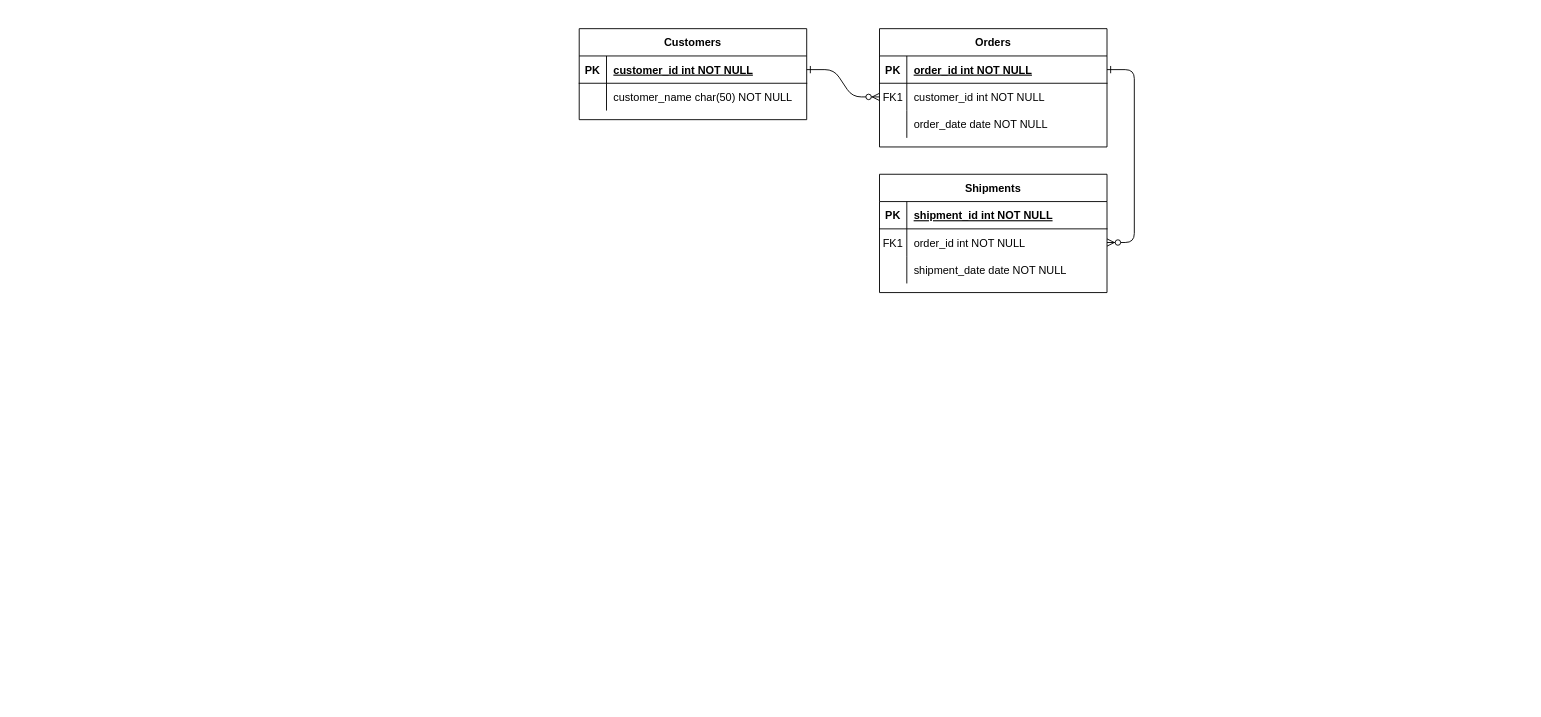
Earlier version of the draw.io diagram Assessment_1.drawio (ahmadanwar93/SET-Day-20). Source tidied: cells renumbered, new cells numbered last; positions are measured from the earlier drawing's top-left corner, leaving out a move shared by most shapes. Both pictures are drawn from the tidied source at 91%, with x=0, y=0 at pixel (579, 28).
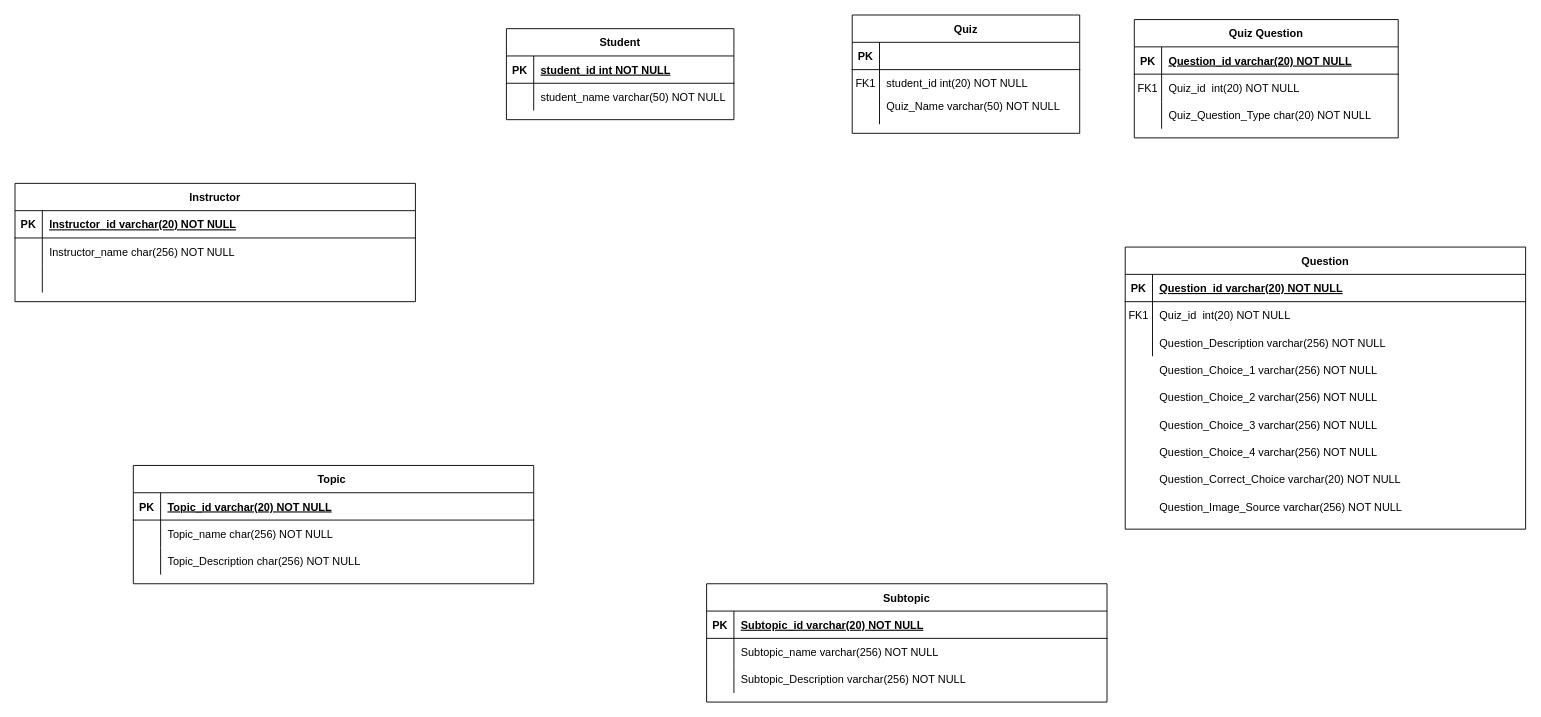
After the change.

Unchanged cells that the change refers to:
```xml
<mxCell id="5" style="shape=partialRectangle;fillColor=none;points=[[0,0.5],[1,0.5]];portConstraint=eastwest;top=0;left=0;right=0;bottom=1;" parent="4" vertex="1">
  <mxGeometry y="30" width="250" height="30" as="geometry" />
</mxCell>
<mxCell id="8" style="shape=partialRectangle;fillColor=none;points=[[0,0.5],[1,0.5]];portConstraint=eastwest;top=0;left=0;right=0;bottom=0;" parent="4" vertex="1">
  <mxGeometry y="60" width="250" height="30" as="geometry" />
</mxCell>
<mxCell id="11" style="shape=partialRectangle;fillColor=none;top=0;left=0;right=0;bottom=0;" parent="4" vertex="1">
  <mxGeometry y="90" width="250" height="30" as="geometry" />
</mxCell>
<mxCell id="25" style="shape=partialRectangle;fillColor=none;points=[[0,0.5],[1,0.5]];portConstraint=eastwest;top=0;left=0;right=0;bottom=1;" parent="24" vertex="1">
  <mxGeometry y="30" width="250" height="30" as="geometry" />
</mxCell>
<mxCell id="28" style="shape=partialRectangle;fillColor=none;top=0;left=0;right=0;bottom=0;" parent="24" vertex="1">
  <mxGeometry y="60" width="250" height="30" as="geometry" />
</mxCell>
```

The edit, as a diff of the source:
```diff
@@
-    <mxCell id="2" style="edgeStyle=entityRelationEdgeStyle;endArrow=ERzeroToMany;startArrow=ERone;endFill=1;startFill=0;" parent="1" edge="1" source="25" target="8">
-      <mxGeometry relative="1" as="geometry" />
-    </mxCell>
-    <mxCell id="3" style="edgeStyle=entityRelationEdgeStyle;endArrow=ERzeroToMany;startArrow=ERone;endFill=1;startFill=0;" parent="1" edge="1" source="5" target="18">
-      <mxGeometry relative="1" as="geometry" />
-    </mxCell>
-    <mxCell id="4" value="Orders" style="shape=table;startSize=30;childLayout=tableLayout;rowLines=0;fontStyle=1;align=center;" parent="1" vertex="1">
-      <mxGeometry x="330" width="250" height="130" as="geometry" />
+    <mxCell id="4" value="Quiz" style="shape=table;startSize=30;childLayout=tableLayout;rowLines=0;fontStyle=1;align=center;" parent="1" vertex="1">
+      <mxGeometry x="300" y="-15" width="250" height="130" as="geometry" />
     </mxCell>
@@
-    <mxCell id="7" value="order_id int NOT NULL " style="shape=partialRectangle;overflow=hidden;fillColor=none;top=0;left=0;bottom=0;right=0;align=left;spacingLeft=6;fontStyle=5;" parent="5" vertex="1">
+    <mxCell id="7" style="shape=partialRectangle;overflow=hidden;fillColor=none;top=0;left=0;bottom=0;right=0;align=left;spacingLeft=6;fontStyle=5;" parent="5" vertex="1">
       <mxGeometry x="30" width="220" height="30" as="geometry" />
     </mxCell>
@@
-    <mxCell id="10" value="customer_id int NOT NULL" style="shape=partialRectangle;overflow=hidden;fillColor=none;top=0;left=0;bottom=0;right=0;align=left;spacingLeft=6;" parent="8" vertex="1">
+    <mxCell id="10" value="student_id int(20) NOT NULL" style="shape=partialRectangle;overflow=hidden;fillColor=none;top=0;left=0;bottom=0;right=0;align=left;spacingLeft=6;" parent="8" vertex="1">
       <mxGeometry x="30" width="220" height="30" as="geometry" />
     </mxCell>
@@
-    <mxCell id="13" value="order_date date NOT NULL" style="shape=partialRectangle;overflow=hidden;fillColor=none;top=0;left=0;bottom=0;right=0;align=left;spacingLeft=6;" parent="11" vertex="1">
+    <mxCell id="13" style="shape=partialRectangle;overflow=hidden;fillColor=none;top=0;left=0;bottom=0;right=0;align=left;spacingLeft=6;" parent="11" vertex="1">
       <mxGeometry x="30" width="220" height="30" as="geometry" />
     </mxCell>
-    <mxCell id="14" value="Shipments" style="shape=table;startSize=30;childLayout=tableLayout;rowLines=0;fontStyle=1;align=center;" parent="1" vertex="1">
-      <mxGeometry x="330" y="160" width="250" height="130" as="geometry" />
+    <mxCell id="14" value="Quiz Question" style="shape=table;startSize=30;childLayout=tableLayout;rowLines=0;fontStyle=1;align=center;" parent="1" vertex="1">
+      <mxGeometry x="610" y="-10" width="290" height="130" as="geometry" />
     </mxCell>
     <mxCell id="15" style="shape=partialRectangle;fillColor=none;top=0;left=0;right=0;bottom=1;" parent="14" vertex="1">
-      <mxGeometry y="30" width="250" height="30" as="geometry" />
+      <mxGeometry y="30" width="290" height="30" as="geometry" />
     </mxCell>
@@
-    <mxCell id="17" value="shipment_id int NOT NULL " style="shape=partialRectangle;overflow=hidden;fillColor=none;top=0;left=0;bottom=0;right=0;align=left;spacingLeft=6;fontStyle=5;" parent="15" vertex="1">
-      <mxGeometry x="30" width="220" height="30" as="geometry" />
+    <mxCell id="17" value="Question_id varchar(20) NOT NULL " style="shape=partialRectangle;overflow=hidden;fillColor=none;top=0;left=0;bottom=0;right=0;align=left;spacingLeft=6;fontStyle=5;" parent="15" vertex="1">
+      <mxGeometry x="30" width="260" height="30" as="geometry" />
     </mxCell>
     <mxCell id="18" style="shape=partialRectangle;fillColor=none;points=[[0,0.5],[1,0.5]];portConstraint=eastwest;top=0;left=0;right=0;bottom=0;" parent="14" vertex="1">
-      <mxGeometry y="60" width="250" height="30" as="geometry" />
+      <mxGeometry y="60" width="290" height="30" as="geometry" />
     </mxCell>
@@
-    <mxCell id="20" value="order_id int NOT NULL" style="shape=partialRectangle;overflow=hidden;fillColor=none;top=0;left=0;bottom=0;right=0;align=left;spacingLeft=6;" parent="18" vertex="1">
-      <mxGeometry x="30" width="220" height="30" as="geometry" />
+    <mxCell id="20" value="Quiz_id  int(20) NOT NULL" style="shape=partialRectangle;overflow=hidden;fillColor=none;top=0;left=0;bottom=0;right=0;align=left;spacingLeft=6;" parent="18" vertex="1">
+      <mxGeometry x="30" width="260" height="30" as="geometry" />
     </mxCell>
     <mxCell id="21" style="shape=partialRectangle;fillColor=none;top=0;left=0;right=0;bottom=0;" parent="14" vertex="1">
-      <mxGeometry y="90" width="250" height="30" as="geometry" />
+      <mxGeometry y="90" width="290" height="30" as="geometry" />
     </mxCell>
@@
-    <mxCell id="23" value="shipment_date date NOT NULL" style="shape=partialRectangle;overflow=hidden;fillColor=none;top=0;left=0;bottom=0;right=0;align=left;spacingLeft=6;" parent="21" vertex="1">
-      <mxGeometry x="30" width="220" height="30" as="geometry" />
+    <mxCell id="23" value="Quiz_Question_Type char(20) NOT NULL" style="shape=partialRectangle;overflow=hidden;fillColor=none;top=0;left=0;bottom=0;right=0;align=left;spacingLeft=6;" parent="21" vertex="1">
+      <mxGeometry x="30" width="260" height="30" as="geometry" />
     </mxCell>
-    <mxCell id="24" value="Customers" style="shape=table;startSize=30;childLayout=tableLayout;rowLines=0;fontStyle=1;align=center;" parent="1" vertex="1">
-      <mxGeometry width="250" height="100" as="geometry" />
+    <mxCell id="24" value="Student" style="shape=table;startSize=30;childLayout=tableLayout;rowLines=0;fontStyle=1;align=center;" parent="1" vertex="1">
+      <mxGeometry x="-80" width="250" height="100" as="geometry" />
     </mxCell>
@@
-    <mxCell id="27" value="customer_id int NOT NULL " style="shape=partialRectangle;overflow=hidden;fillColor=none;top=0;left=0;bottom=0;right=0;align=left;spacingLeft=6;fontStyle=5;" parent="25" vertex="1">
+    <mxCell id="27" value="student_id int NOT NULL " style="shape=partialRectangle;overflow=hidden;fillColor=none;top=0;left=0;bottom=0;right=0;align=left;spacingLeft=6;fontStyle=5;" parent="25" vertex="1">
       <mxGeometry x="30" width="220" height="30" as="geometry" />
     </mxCell>
@@
-    <mxCell id="30" value="customer_name char(50) NOT NULL" style="shape=partialRectangle;overflow=hidden;fillColor=none;top=0;left=0;bottom=0;right=0;align=left;spacingLeft=6;" parent="28" vertex="1">
+    <mxCell id="30" value="student_name varchar(50) NOT NULL" style="shape=partialRectangle;overflow=hidden;fillColor=none;top=0;left=0;bottom=0;right=0;align=left;spacingLeft=6;" parent="28" vertex="1">
       <mxGeometry x="30" width="220" height="30" as="geometry" />
     </mxCell>
+    <mxCell id="31" value="Quiz_Name varchar(50) NOT NULL" style="shape=partialRectangle;overflow=hidden;fillColor=none;top=0;left=0;bottom=0;right=0;align=left;spacingLeft=6;fontStyle=0;" parent="1" vertex="1">
+      <mxGeometry x="330" y="70" width="220" height="30" as="geometry" />
+    </mxCell>
+    <mxCell id="32" value="Question" style="shape=table;startSize=30;childLayout=tableLayout;rowLines=0;fontStyle=1;align=center;" parent="1" vertex="1">
+      <mxGeometry x="600" y="240" width="440" height="310" as="geometry" />
+    </mxCell>
+    <mxCell id="33" style="shape=partialRectangle;fillColor=none;top=0;left=0;right=0;bottom=1;" parent="32" vertex="1">
+      <mxGeometry y="30" width="440" height="30" as="geometry" />
+    </mxCell>
+    <mxCell id="34" value="PK" style="shape=partialRectangle;overflow=hidden;fillColor=none;top=0;left=0;bottom=0;right=0;fontStyle=1;" parent="33" vertex="1">
+      <mxGeometry width="30" height="30" as="geometry" />
+    </mxCell>
+    <mxCell id="35" value="Question_id varchar(20) NOT NULL " style="shape=partialRectangle;overflow=hidden;fillColor=none;top=0;left=0;bottom=0;right=0;align=left;spacingLeft=6;fontStyle=5;" parent="33" vertex="1">
+      <mxGeometry x="30" width="410" height="30" as="geometry" />
+    </mxCell>
+    <mxCell id="36" style="shape=partialRectangle;fillColor=none;top=0;left=0;right=0;bottom=0;" parent="32" vertex="1">
+      <mxGeometry y="60" width="440" height="30" as="geometry" />
+    </mxCell>
+    <mxCell id="37" value="FK1" style="shape=partialRectangle;overflow=hidden;fillColor=none;top=0;left=0;bottom=0;right=0;" parent="36" vertex="1">
+      <mxGeometry width="30" height="30" as="geometry" />
+    </mxCell>
+    <mxCell id="38" value="Quiz_id  int(20) NOT NULL" style="shape=partialRectangle;overflow=hidden;fillColor=none;top=0;left=0;bottom=0;right=0;align=left;spacingLeft=6;" parent="36" vertex="1">
+      <mxGeometry x="30" width="410" height="30" as="geometry" />
+    </mxCell>
+    <mxCell id="39" style="shape=partialRectangle;fillColor=none;top=0;left=0;right=0;bottom=0;" parent="32" vertex="1">
+      <mxGeometry y="90" width="440" height="30" as="geometry" />
+    </mxCell>
+    <mxCell id="40" style="shape=partialRectangle;overflow=hidden;fillColor=none;top=0;left=0;bottom=0;right=0;" parent="39" vertex="1">
+      <mxGeometry width="30" height="30" as="geometry" />
+    </mxCell>
+    <mxCell id="41" value="Question_Description varchar(256) NOT NULL" style="shape=partialRectangle;overflow=hidden;fillColor=none;top=0;left=0;bottom=0;right=0;align=left;spacingLeft=6;" parent="39" vertex="1">
+      <mxGeometry x="30" width="410" height="30" as="geometry" />
+    </mxCell>
+    <mxCell id="42" value="Question_Choice_1 varchar(256) NOT NULL" style="shape=partialRectangle;overflow=hidden;fillColor=none;top=0;left=0;bottom=0;right=0;align=left;spacingLeft=6;" parent="1" vertex="1">
+      <mxGeometry x="630" y="360" width="410" height="30" as="geometry" />
+    </mxCell>
+    <mxCell id="43" value="Question_Choice_2 varchar(256) NOT NULL" style="shape=partialRectangle;overflow=hidden;fillColor=none;top=0;left=0;bottom=0;right=0;align=left;spacingLeft=6;" parent="1" vertex="1">
+      <mxGeometry x="630" y="390" width="410" height="30" as="geometry" />
+    </mxCell>
+    <mxCell id="44" value="Question_Choice_3 varchar(256) NOT NULL" style="shape=partialRectangle;overflow=hidden;fillColor=none;top=0;left=0;bottom=0;right=0;align=left;spacingLeft=6;" parent="1" vertex="1">
+      <mxGeometry x="630" y="420" width="410" height="30" as="geometry" />
+    </mxCell>
+    <mxCell id="45" value="Question_Choice_4 varchar(256) NOT NULL" style="shape=partialRectangle;overflow=hidden;fillColor=none;top=0;left=0;bottom=0;right=0;align=left;spacingLeft=6;" parent="1" vertex="1">
+      <mxGeometry x="630" y="450" width="410" height="30" as="geometry" />
+    </mxCell>
+    <mxCell id="46" value="Question_Correct_Choice varchar(20) NOT NULL" style="shape=partialRectangle;overflow=hidden;fillColor=none;top=0;left=0;bottom=0;right=0;align=left;spacingLeft=6;" parent="1" vertex="1">
+      <mxGeometry x="630" y="480" width="410" height="30" as="geometry" />
+    </mxCell>
+    <mxCell id="47" value="Question_Image_Source varchar(256) NOT NULL" style="shape=partialRectangle;overflow=hidden;fillColor=none;top=0;left=0;bottom=0;right=0;align=left;spacingLeft=6;" parent="1" vertex="1">
+      <mxGeometry x="630" y="510" width="410" height="30" as="geometry" />
+    </mxCell>
+    <mxCell id="48" value="Subtopic" style="shape=table;startSize=30;childLayout=tableLayout;rowLines=0;fontStyle=1;align=center;" parent="1" vertex="1">
+      <mxGeometry x="140" y="610" width="440" height="130" as="geometry" />
+    </mxCell>
+    <mxCell id="49" style="shape=partialRectangle;fillColor=none;top=0;left=0;right=0;bottom=1;" parent="48" vertex="1">
+      <mxGeometry y="30" width="440" height="30" as="geometry" />
+    </mxCell>
+    <mxCell id="50" value="PK" style="shape=partialRectangle;overflow=hidden;fillColor=none;top=0;left=0;bottom=0;right=0;fontStyle=1;" parent="49" vertex="1">
+      <mxGeometry width="30" height="30" as="geometry" />
+    </mxCell>
+    <mxCell id="51" value="Subtopic_id varchar(20) NOT NULL " style="shape=partialRectangle;overflow=hidden;fillColor=none;top=0;left=0;bottom=0;right=0;align=left;spacingLeft=6;fontStyle=5;" parent="49" vertex="1">
+      <mxGeometry x="30" width="410" height="30" as="geometry" />
+    </mxCell>
+    <mxCell id="52" style="shape=partialRectangle;fillColor=none;top=0;left=0;right=0;bottom=0;" parent="48" vertex="1">
+      <mxGeometry y="60" width="440" height="30" as="geometry" />
+    </mxCell>
+    <mxCell id="53" style="shape=partialRectangle;overflow=hidden;fillColor=none;top=0;left=0;bottom=0;right=0;" parent="52" vertex="1">
+      <mxGeometry width="30" height="30" as="geometry" />
+    </mxCell>
+    <mxCell id="54" value="Subtopic_name varchar(256) NOT NULL" style="shape=partialRectangle;overflow=hidden;fillColor=none;top=0;left=0;bottom=0;right=0;align=left;spacingLeft=6;" parent="52" vertex="1">
+      <mxGeometry x="30" width="410" height="30" as="geometry" />
+    </mxCell>
+    <mxCell id="55" style="shape=partialRectangle;fillColor=none;top=0;left=0;right=0;bottom=0;" parent="48" vertex="1">
+      <mxGeometry y="90" width="440" height="30" as="geometry" />
+    </mxCell>
+    <mxCell id="56" style="shape=partialRectangle;overflow=hidden;fillColor=none;top=0;left=0;bottom=0;right=0;" parent="55" vertex="1">
+      <mxGeometry width="30" height="30" as="geometry" />
+    </mxCell>
+    <mxCell id="57" value="Subtopic_Description varchar(256) NOT NULL" style="shape=partialRectangle;overflow=hidden;fillColor=none;top=0;left=0;bottom=0;right=0;align=left;spacingLeft=6;" parent="55" vertex="1">
+      <mxGeometry x="30" width="410" height="30" as="geometry" />
+    </mxCell>
+    <mxCell id="58" value="Topic " style="shape=table;startSize=30;childLayout=tableLayout;rowLines=0;fontStyle=1;align=center;" parent="1" vertex="1">
+      <mxGeometry x="-490" y="480" width="440" height="130" as="geometry" />
+    </mxCell>
+    <mxCell id="59" style="shape=partialRectangle;fillColor=none;top=0;left=0;right=0;bottom=1;" parent="58" vertex="1">
+      <mxGeometry y="30" width="440" height="30" as="geometry" />
+    </mxCell>
+    <mxCell id="60" value="PK" style="shape=partialRectangle;overflow=hidden;fillColor=none;top=0;left=0;bottom=0;right=0;fontStyle=1;" parent="59" vertex="1">
+      <mxGeometry width="30" height="30" as="geometry" />
+    </mxCell>
+    <mxCell id="61" value="Topic_id varchar(20) NOT NULL " style="shape=partialRectangle;overflow=hidden;fillColor=none;top=0;left=0;bottom=0;right=0;align=left;spacingLeft=6;fontStyle=5;" parent="59" vertex="1">
+      <mxGeometry x="30" width="410" height="30" as="geometry" />
+    </mxCell>
+    <mxCell id="62" style="shape=partialRectangle;fillColor=none;top=0;left=0;right=0;bottom=0;" parent="58" vertex="1">
+      <mxGeometry y="60" width="440" height="30" as="geometry" />
+    </mxCell>
+    <mxCell id="63" style="shape=partialRectangle;overflow=hidden;fillColor=none;top=0;left=0;bottom=0;right=0;" parent="62" vertex="1">
+      <mxGeometry width="30" height="30" as="geometry" />
+    </mxCell>
+    <mxCell id="64" value="Topic_name char(256) NOT NULL" style="shape=partialRectangle;overflow=hidden;fillColor=none;top=0;left=0;bottom=0;right=0;align=left;spacingLeft=6;" parent="62" vertex="1">
+      <mxGeometry x="30" width="410" height="30" as="geometry" />
+    </mxCell>
+    <mxCell id="65" style="shape=partialRectangle;fillColor=none;top=0;left=0;right=0;bottom=0;" parent="58" vertex="1">
+      <mxGeometry y="90" width="440" height="30" as="geometry" />
+    </mxCell>
+    <mxCell id="66" style="shape=partialRectangle;overflow=hidden;fillColor=none;top=0;left=0;bottom=0;right=0;" parent="65" vertex="1">
+      <mxGeometry width="30" height="30" as="geometry" />
+    </mxCell>
+    <mxCell id="67" value="Topic_Description char(256) NOT NULL" style="shape=partialRectangle;overflow=hidden;fillColor=none;top=0;left=0;bottom=0;right=0;align=left;spacingLeft=6;" parent="65" vertex="1">
+      <mxGeometry x="30" width="410" height="30" as="geometry" />
+    </mxCell>
+    <mxCell id="68" value="Instructor" style="shape=table;startSize=30;childLayout=tableLayout;rowLines=0;fontStyle=1;align=center;" parent="1" vertex="1">
+      <mxGeometry x="-620" y="170" width="440" height="130" as="geometry" />
+    </mxCell>
+    <mxCell id="69" style="shape=partialRectangle;fillColor=none;top=0;left=0;right=0;bottom=1;" parent="68" vertex="1">
+      <mxGeometry y="30" width="440" height="30" as="geometry" />
+    </mxCell>
+    <mxCell id="70" value="PK" style="shape=partialRectangle;overflow=hidden;fillColor=none;top=0;left=0;bottom=0;right=0;fontStyle=1;" parent="69" vertex="1">
+      <mxGeometry width="30" height="30" as="geometry" />
+    </mxCell>
+    <mxCell id="71" value="Instructor_id varchar(20) NOT NULL " style="shape=partialRectangle;overflow=hidden;fillColor=none;top=0;left=0;bottom=0;right=0;align=left;spacingLeft=6;fontStyle=5;" parent="69" vertex="1">
+      <mxGeometry x="30" width="410" height="30" as="geometry" />
+    </mxCell>
+    <mxCell id="72" style="shape=partialRectangle;fillColor=none;top=0;left=0;right=0;bottom=0;" parent="68" vertex="1">
+      <mxGeometry y="60" width="440" height="30" as="geometry" />
+    </mxCell>
+    <mxCell id="73" style="shape=partialRectangle;overflow=hidden;fillColor=none;top=0;left=0;bottom=0;right=0;" parent="72" vertex="1">
+      <mxGeometry width="30" height="30" as="geometry" />
+    </mxCell>
+    <mxCell id="74" value="Instructor_name char(256) NOT NULL" style="shape=partialRectangle;overflow=hidden;fillColor=none;top=0;left=0;bottom=0;right=0;align=left;spacingLeft=6;" parent="72" vertex="1">
+      <mxGeometry x="30" width="410" height="30" as="geometry" />
+    </mxCell>
+    <mxCell id="75" style="shape=partialRectangle;fillColor=none;top=0;left=0;right=0;bottom=0;" parent="68" vertex="1">
+      <mxGeometry y="90" width="440" height="30" as="geometry" />
+    </mxCell>
+    <mxCell id="76" style="shape=partialRectangle;overflow=hidden;fillColor=none;top=0;left=0;bottom=0;right=0;" parent="75" vertex="1">
+      <mxGeometry width="30" height="30" as="geometry" />
+    </mxCell>
+    <mxCell id="77" style="shape=partialRectangle;overflow=hidden;fillColor=none;top=0;left=0;bottom=0;right=0;align=left;spacingLeft=6;" parent="75" vertex="1">
+      <mxGeometry x="30" width="410" height="30" as="geometry" />
+    </mxCell>
```
